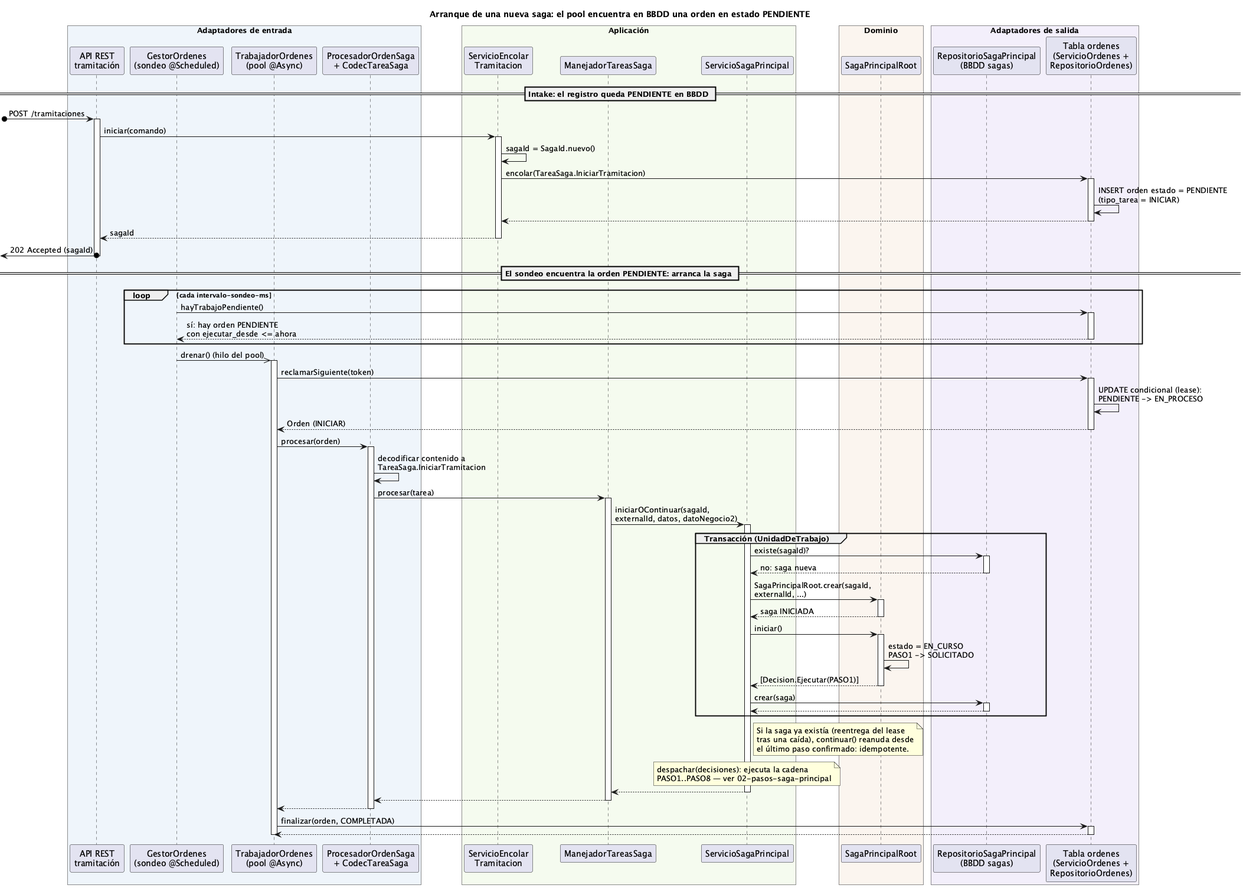
Earlier version of the PlantUML export order-manager/docs/01-arranque-saga-nueva.png (ralcazar/patrones).
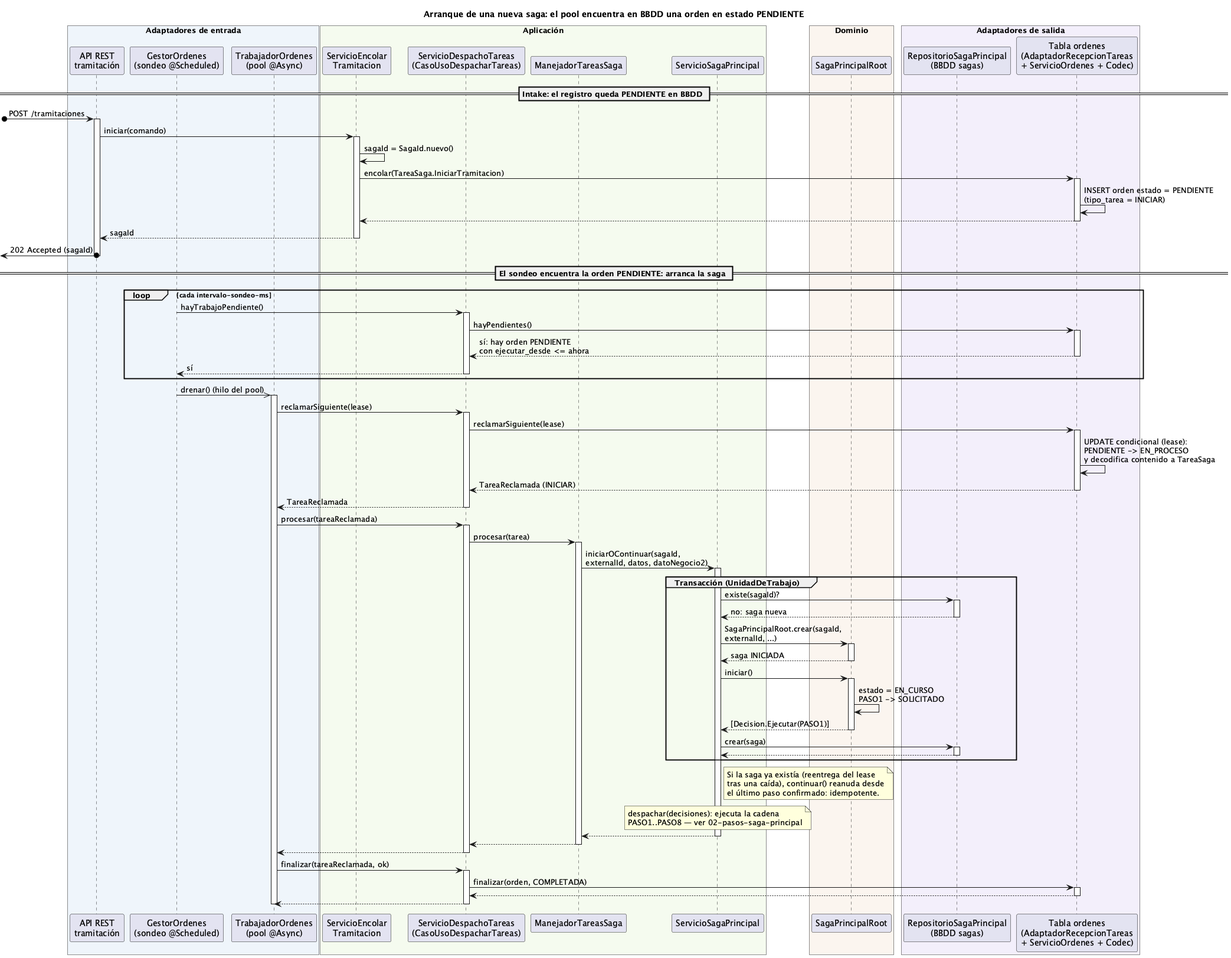
Above is the later version.

Diff of the diagram source:
```diff
@@ -5,10 +5,10 @@
   participant "API REST\ntramitación" as REST
   participant "GestorOrdenes\n(sondeo @Scheduled)" as GESTOR
   participant "TrabajadorOrdenes\n(pool @Async)" as TRAB
-  participant "ProcesadorOrdenSaga\n+ CodecTareaSaga" as PROC
 end box
 box "Aplicación" #F5FBEF
   participant "ServicioEncolar\nTramitacion" as ENC
+  participant "ServicioDespachoTareas\n(CasoUsoDespacharTareas)" as DESP
   participant "ManejadorTareasSaga" as MANEJ
   participant "ServicioSagaPrincipal" as SVC
 end box
@@ -17,7 +17,7 @@
 end box
 box "Adaptadores de salida" #F3EFFB
   participant "RepositorioSagaPrincipal\n(BBDD sagas)" as REPO
-  participant "Tabla ordenes\n(ServicioOrdenes +\nRepositorioOrdenes)" as ORD
+  participant "Tabla ordenes\n(AdaptadorRecepcionTareas\n+ ServicioOrdenes + Codec)" as ORD
 end box
 
 == Intake: el registro queda PENDIENTE en BBDD ==
@@ -34,17 +34,20 @@
 
 == El sondeo encuentra la orden PENDIENTE: arranca la saga ==
 loop cada intervalo-sondeo-ms
-  GESTOR -> ORD ++ : hayTrabajoPendiente()
+  GESTOR -> DESP ++ : hayTrabajoPendiente()
+  DESP -> ORD ++ : hayPendientes()
   return sí: hay orden PENDIENTE\ncon ejecutar_desde <= ahora
+  return sí
 end
 GESTOR ->> TRAB : drenar() (hilo del pool)
 activate TRAB
-TRAB -> ORD ++ : reclamarSiguiente(token)
-ORD -> ORD : UPDATE condicional (lease):\nPENDIENTE -> EN_PROCESO
-return Orden (INICIAR)
-TRAB -> PROC ++ : procesar(orden)
-PROC -> PROC : decodificar contenido a\nTareaSaga.IniciarTramitacion
-PROC -> MANEJ ++ : procesar(tarea)
+TRAB -> DESP ++ : reclamarSiguiente(lease)
+DESP -> ORD ++ : reclamarSiguiente(lease)
+ORD -> ORD : UPDATE condicional (lease):\nPENDIENTE -> EN_PROCESO\ny decodifica contenido a TareaSaga
+return TareaReclamada (INICIAR)
+return TareaReclamada
+TRAB -> DESP ++ : procesar(tareaReclamada)
+DESP -> MANEJ ++ : procesar(tarea)
 MANEJ -> SVC ++ : iniciarOContinuar(sagaId,\nexternalId, datos, datoNegocio2)
 
 group Transacción (UnidadDeTrabajo)
@@ -68,7 +71,9 @@
 return
 return
 return
-TRAB -> ORD ++ : finalizar(orden, COMPLETADA)
+TRAB -> DESP ++ : finalizar(tareaReclamada, ok)
+DESP -> ORD ++ : finalizar(orden, COMPLETADA)
+return
 return
 deactivate TRAB
 @enduml
```
